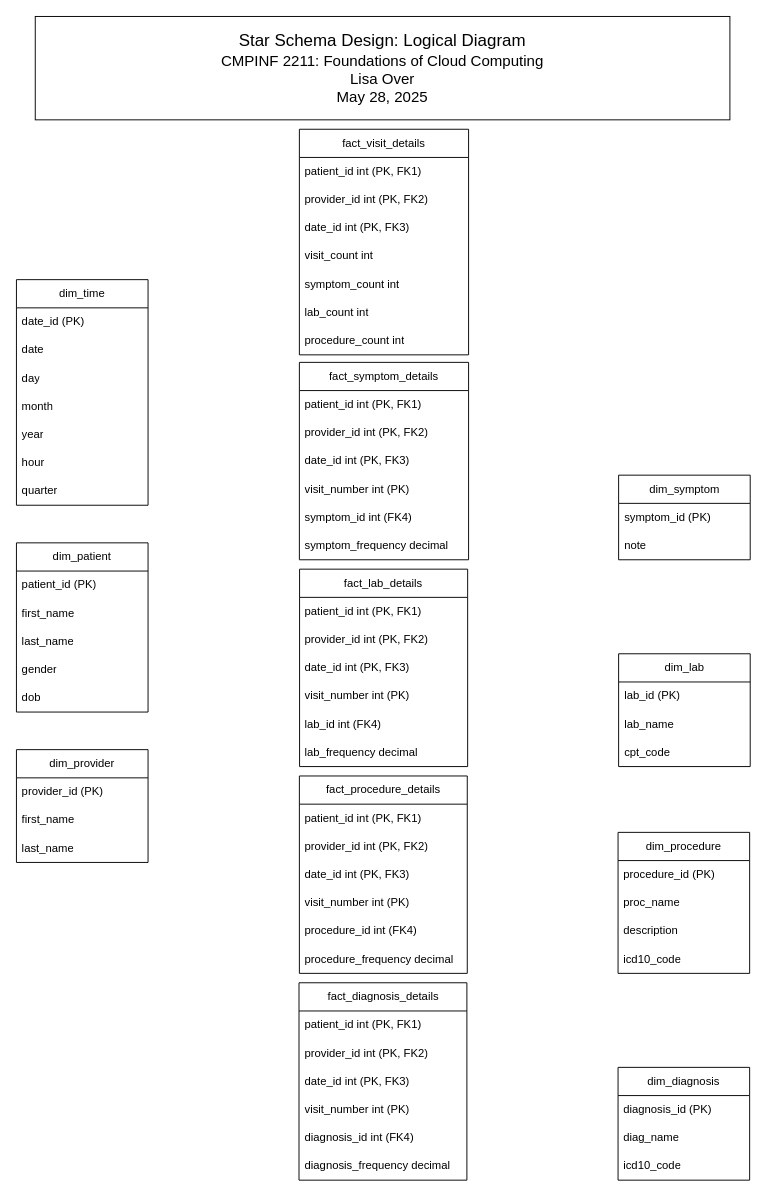
Before: EMR_Star_Schema/emr_star_schema_logic_diagram.drawio in sandbox-lisa/drawio, a draw.io diagram. Source tidied: cells renumbered, new cells numbered last; positions are measured from the earlier drawing's top-left corner, leaving out a move shared by most shapes. Both pictures are drawn from the tidied source at 94%, with x=0, y=0 at pixel (16, 16).
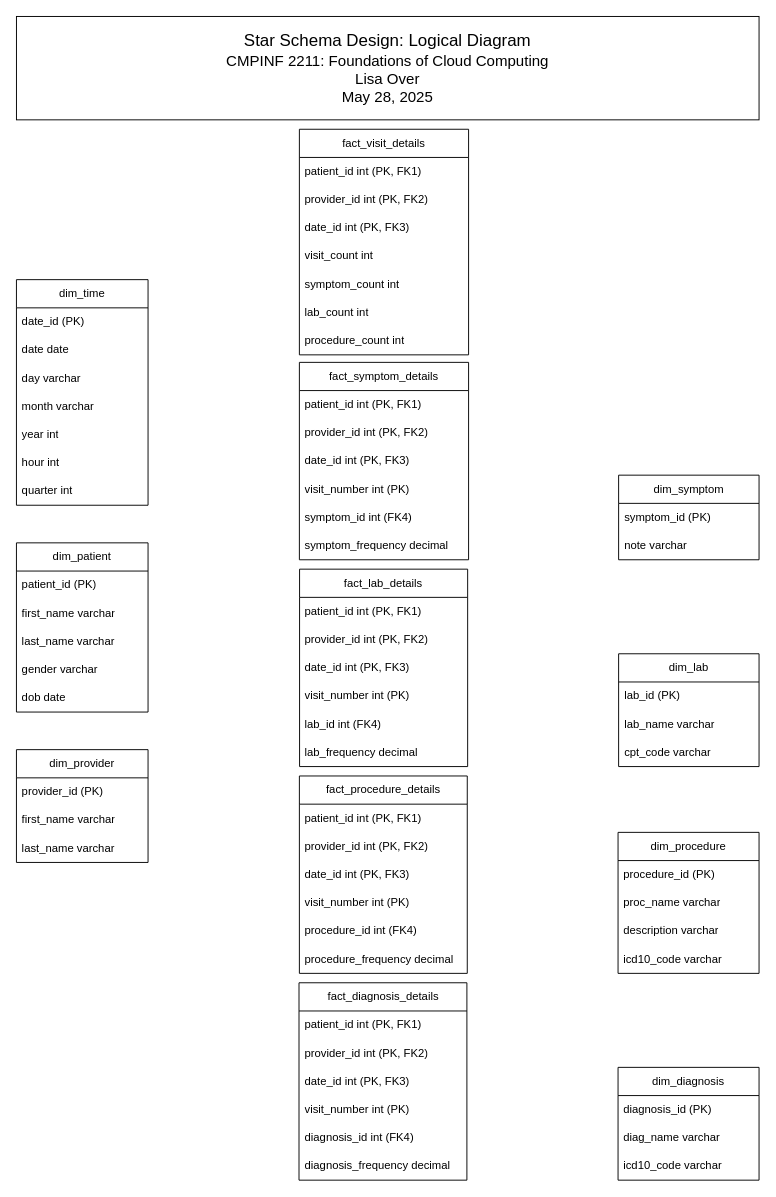
Above is the later version.

Unchanged cells that the change refers to:
```xml
<mxCell id="10" value="dim_time" style="swimlane;fontStyle=0;horizontal=1;startSize=30;whiteSpace=wrap;html=1;" parent="1" vertex="1">
  <mxGeometry y="280" width="140" height="240" as="geometry" />
</mxCell>
<mxCell id="18" value="dim_patient" style="swimlane;fontStyle=0;horizontal=1;startSize=30;whiteSpace=wrap;html=1;" parent="1" vertex="1">
  <mxGeometry y="560" width="140" height="180" as="geometry" />
</mxCell>
<mxCell id="24" value="dim_provider" style="swimlane;fontStyle=0;horizontal=1;startSize=30;whiteSpace=wrap;html=1;" parent="1" vertex="1">
  <mxGeometry y="780" width="140" height="120" as="geometry" />
</mxCell>
```

Diff of the diagram source:
```diff
@@
-    <mxCell id="12" value="date" style="text;strokeColor=none;fillColor=none;align=left;verticalAlign=middle;spacingLeft=4;spacingRight=4;overflow=hidden;whiteSpace=wrap;html=1;" parent="10" vertex="1">
+    <mxCell id="12" value="date date" style="text;strokeColor=none;fillColor=none;align=left;verticalAlign=middle;spacingLeft=4;spacingRight=4;overflow=hidden;whiteSpace=wrap;html=1;" parent="10" vertex="1">
       <mxGeometry y="60" width="140" height="30" as="geometry" />
     </mxCell>
-    <mxCell id="13" value="day" style="text;strokeColor=none;fillColor=none;align=left;verticalAlign=middle;spacingLeft=4;spacingRight=4;overflow=hidden;whiteSpace=wrap;html=1;" parent="10" vertex="1">
+    <mxCell id="13" value="day varchar" style="text;strokeColor=none;fillColor=none;align=left;verticalAlign=middle;spacingLeft=4;spacingRight=4;overflow=hidden;whiteSpace=wrap;html=1;" parent="10" vertex="1">
       <mxGeometry y="90" width="140" height="30" as="geometry" />
     </mxCell>
-    <mxCell id="14" value="month" style="text;strokeColor=none;fillColor=none;align=left;verticalAlign=middle;spacingLeft=4;spacingRight=4;overflow=hidden;whiteSpace=wrap;html=1;" parent="10" vertex="1">
+    <mxCell id="14" value="month varchar" style="text;strokeColor=none;fillColor=none;align=left;verticalAlign=middle;spacingLeft=4;spacingRight=4;overflow=hidden;whiteSpace=wrap;html=1;" parent="10" vertex="1">
       <mxGeometry y="120" width="140" height="30" as="geometry" />
     </mxCell>
-    <mxCell id="15" value="year" style="text;strokeColor=none;fillColor=none;align=left;verticalAlign=middle;spacingLeft=4;spacingRight=4;overflow=hidden;whiteSpace=wrap;html=1;" parent="10" vertex="1">
+    <mxCell id="15" value="year int" style="text;strokeColor=none;fillColor=none;align=left;verticalAlign=middle;spacingLeft=4;spacingRight=4;overflow=hidden;whiteSpace=wrap;html=1;" parent="10" vertex="1">
       <mxGeometry y="150" width="140" height="30" as="geometry" />
     </mxCell>
-    <mxCell id="16" value="hour" style="text;strokeColor=none;fillColor=none;align=left;verticalAlign=middle;spacingLeft=4;spacingRight=4;overflow=hidden;whiteSpace=wrap;html=1;" parent="10" vertex="1">
+    <mxCell id="16" value="hour int" style="text;strokeColor=none;fillColor=none;align=left;verticalAlign=middle;spacingLeft=4;spacingRight=4;overflow=hidden;whiteSpace=wrap;html=1;" parent="10" vertex="1">
       <mxGeometry y="180" width="140" height="30" as="geometry" />
     </mxCell>
-    <mxCell id="17" value="quarter" style="text;strokeColor=none;fillColor=none;align=left;verticalAlign=middle;spacingLeft=4;spacingRight=4;overflow=hidden;whiteSpace=wrap;html=1;" parent="10" vertex="1">
+    <mxCell id="17" value="quarter int" style="text;strokeColor=none;fillColor=none;align=left;verticalAlign=middle;spacingLeft=4;spacingRight=4;overflow=hidden;whiteSpace=wrap;html=1;" parent="10" vertex="1">
       <mxGeometry y="210" width="140" height="30" as="geometry" />
     </mxCell>
@@
-    <mxCell id="20" value="first_name" style="text;strokeColor=none;fillColor=none;align=left;verticalAlign=middle;spacingLeft=4;spacingRight=4;overflow=hidden;whiteSpace=wrap;html=1;" parent="18" vertex="1">
+    <mxCell id="20" value="first_name varchar" style="text;strokeColor=none;fillColor=none;align=left;verticalAlign=middle;spacingLeft=4;spacingRight=4;overflow=hidden;whiteSpace=wrap;html=1;" parent="18" vertex="1">
       <mxGeometry y="60" width="140" height="30" as="geometry" />
     </mxCell>
-    <mxCell id="21" value="last_name" style="text;strokeColor=none;fillColor=none;align=left;verticalAlign=middle;spacingLeft=4;spacingRight=4;overflow=hidden;whiteSpace=wrap;html=1;" parent="18" vertex="1">
+    <mxCell id="21" value="last_name&amp;nbsp;varchar" style="text;strokeColor=none;fillColor=none;align=left;verticalAlign=middle;spacingLeft=4;spacingRight=4;overflow=hidden;whiteSpace=wrap;html=1;" parent="18" vertex="1">
       <mxGeometry y="90" width="140" height="30" as="geometry" />
     </mxCell>
-    <mxCell id="22" value="gender" style="text;strokeColor=none;fillColor=none;align=left;verticalAlign=middle;spacingLeft=4;spacingRight=4;overflow=hidden;whiteSpace=wrap;html=1;" parent="18" vertex="1">
+    <mxCell id="22" value="gender&amp;nbsp;varchar" style="text;strokeColor=none;fillColor=none;align=left;verticalAlign=middle;spacingLeft=4;spacingRight=4;overflow=hidden;whiteSpace=wrap;html=1;" parent="18" vertex="1">
       <mxGeometry y="120" width="140" height="30" as="geometry" />
     </mxCell>
-    <mxCell id="23" value="dob" style="text;strokeColor=none;fillColor=none;align=left;verticalAlign=middle;spacingLeft=4;spacingRight=4;overflow=hidden;whiteSpace=wrap;html=1;" parent="18" vertex="1">
+    <mxCell id="23" value="dob date" style="text;strokeColor=none;fillColor=none;align=left;verticalAlign=middle;spacingLeft=4;spacingRight=4;overflow=hidden;whiteSpace=wrap;html=1;" parent="18" vertex="1">
       <mxGeometry y="150" width="140" height="30" as="geometry" />
     </mxCell>
@@
-    <mxCell id="26" value="first_name" style="text;strokeColor=none;fillColor=none;align=left;verticalAlign=middle;spacingLeft=4;spacingRight=4;overflow=hidden;whiteSpace=wrap;html=1;" parent="24" vertex="1">
+    <mxCell id="26" value="first_name&amp;nbsp;varchar" style="text;strokeColor=none;fillColor=none;align=left;verticalAlign=middle;spacingLeft=4;spacingRight=4;overflow=hidden;whiteSpace=wrap;html=1;" parent="24" vertex="1">
       <mxGeometry y="60" width="140" height="30" as="geometry" />
     </mxCell>
-    <mxCell id="27" value="last_name" style="text;strokeColor=none;fillColor=none;align=left;verticalAlign=middle;spacingLeft=4;spacingRight=4;overflow=hidden;whiteSpace=wrap;html=1;" parent="24" vertex="1">
+    <mxCell id="27" value="last_name&amp;nbsp;varchar" style="text;strokeColor=none;fillColor=none;align=left;verticalAlign=middle;spacingLeft=4;spacingRight=4;overflow=hidden;whiteSpace=wrap;html=1;" parent="24" vertex="1">
       <mxGeometry y="90" width="140" height="30" as="geometry" />
     </mxCell>
     <mxCell id="28" value="dim_diagnosis" style="swimlane;fontStyle=0;horizontal=1;startSize=30;whiteSpace=wrap;html=1;" parent="1" vertex="1">
-      <mxGeometry x="640" y="1118" width="140" height="120" as="geometry" />
+      <mxGeometry x="640" y="1118" width="150" height="120" as="geometry" />
     </mxCell>
     <mxCell id="29" value="diagnosis_id (PK)" style="text;strokeColor=none;fillColor=none;align=left;verticalAlign=middle;spacingLeft=4;spacingRight=4;overflow=hidden;whiteSpace=wrap;html=1;" parent="28" vertex="1">
-      <mxGeometry y="30" width="140" height="30" as="geometry" />
+      <mxGeometry y="30" width="150" height="30" as="geometry" />
     </mxCell>
-    <mxCell id="30" value="diag_name" style="text;strokeColor=none;fillColor=none;align=left;verticalAlign=middle;spacingLeft=4;spacingRight=4;overflow=hidden;whiteSpace=wrap;html=1;" parent="28" vertex="1">
-      <mxGeometry y="60" width="140" height="30" as="geometry" />
+    <mxCell id="30" value="diag_name&amp;nbsp;varchar" style="text;strokeColor=none;fillColor=none;align=left;verticalAlign=middle;spacingLeft=4;spacingRight=4;overflow=hidden;whiteSpace=wrap;html=1;" parent="28" vertex="1">
+      <mxGeometry y="60" width="150" height="30" as="geometry" />
     </mxCell>
-    <mxCell id="31" value="icd10_code" style="text;strokeColor=none;fillColor=none;align=left;verticalAlign=middle;spacingLeft=4;spacingRight=4;overflow=hidden;whiteSpace=wrap;html=1;" parent="28" vertex="1">
-      <mxGeometry y="90" width="140" height="30" as="geometry" />
+    <mxCell id="31" value="icd10_code&amp;nbsp;varchar" style="text;strokeColor=none;fillColor=none;align=left;verticalAlign=middle;spacingLeft=4;spacingRight=4;overflow=hidden;whiteSpace=wrap;html=1;" parent="28" vertex="1">
+      <mxGeometry y="90" width="150" height="30" as="geometry" />
     </mxCell>
     <mxCell id="32" value="dim_symptom" style="swimlane;fontStyle=0;horizontal=1;startSize=30;whiteSpace=wrap;html=1;" parent="1" vertex="1">
-      <mxGeometry x="640.6" y="488" width="140" height="90" as="geometry" />
+      <mxGeometry x="640.6" y="488" width="149.4" height="90" as="geometry" />
     </mxCell>
     <mxCell id="33" value="symptom_id (PK)" style="text;strokeColor=none;fillColor=none;align=left;verticalAlign=middle;spacingLeft=4;spacingRight=4;overflow=hidden;whiteSpace=wrap;html=1;" parent="32" vertex="1">
-      <mxGeometry y="30" width="140" height="30" as="geometry" />
+      <mxGeometry y="30" width="149.4" height="30" as="geometry" />
     </mxCell>
-    <mxCell id="34" value="note" style="text;strokeColor=none;fillColor=none;align=left;verticalAlign=middle;spacingLeft=4;spacingRight=4;overflow=hidden;whiteSpace=wrap;html=1;" parent="32" vertex="1">
-      <mxGeometry y="60" width="140" height="30" as="geometry" />
+    <mxCell id="34" value="note&amp;nbsp;varchar" style="text;strokeColor=none;fillColor=none;align=left;verticalAlign=middle;spacingLeft=4;spacingRight=4;overflow=hidden;whiteSpace=wrap;html=1;" parent="32" vertex="1">
+      <mxGeometry y="60" width="149.4" height="30" as="geometry" />
     </mxCell>
     <mxCell id="35" value="&lt;font style=&quot;font-size: 18px;&quot;&gt;Star Schema Design: Logical Diagram&lt;/font&gt;&lt;div&gt;&lt;font size=&quot;3&quot;&gt;CMPINF 2211: Foundations of Cloud Computing&lt;br&gt;&lt;/font&gt;&lt;div&gt;&lt;font size=&quot;3&quot;&gt;Lisa Over&lt;/font&gt;&lt;/div&gt;&lt;div&gt;&lt;font size=&quot;3&quot;&gt;May 28, 2025&lt;/font&gt;&lt;/div&gt;&lt;/div&gt;" style="rounded=0;whiteSpace=wrap;html=1;" parent="1" vertex="1">
-      <mxGeometry x="20" width="739" height="110" as="geometry" />
+      <mxGeometry width="790" height="110" as="geometry" />
     </mxCell>
@@
     <mxCell id="64" value="dim_lab" style="swimlane;fontStyle=0;horizontal=1;startSize=30;whiteSpace=wrap;html=1;" parent="1" vertex="1">
-      <mxGeometry x="640.6" y="678" width="140" height="120" as="geometry" />
+      <mxGeometry x="640.6" y="678" width="149.4" height="120" as="geometry" />
     </mxCell>
     <mxCell id="65" value="lab_id (PK)" style="text;strokeColor=none;fillColor=none;align=left;verticalAlign=middle;spacingLeft=4;spacingRight=4;overflow=hidden;whiteSpace=wrap;html=1;" parent="64" vertex="1">
-      <mxGeometry y="30" width="140" height="30" as="geometry" />
+      <mxGeometry y="30" width="149.4" height="30" as="geometry" />
     </mxCell>
-    <mxCell id="66" value="lab_name" style="text;strokeColor=none;fillColor=none;align=left;verticalAlign=middle;spacingLeft=4;spacingRight=4;overflow=hidden;whiteSpace=wrap;html=1;" parent="64" vertex="1">
-      <mxGeometry y="60" width="140" height="30" as="geometry" />
+    <mxCell id="66" value="lab_name&amp;nbsp;varchar" style="text;strokeColor=none;fillColor=none;align=left;verticalAlign=middle;spacingLeft=4;spacingRight=4;overflow=hidden;whiteSpace=wrap;html=1;" parent="64" vertex="1">
+      <mxGeometry y="60" width="149.4" height="30" as="geometry" />
     </mxCell>
-    <mxCell id="67" value="cpt_code" style="text;strokeColor=none;fillColor=none;align=left;verticalAlign=middle;spacingLeft=4;spacingRight=4;overflow=hidden;whiteSpace=wrap;html=1;" parent="64" vertex="1">
-      <mxGeometry y="90" width="140" height="30" as="geometry" />
+    <mxCell id="67" value="cpt_code&amp;nbsp;varchar" style="text;strokeColor=none;fillColor=none;align=left;verticalAlign=middle;spacingLeft=4;spacingRight=4;overflow=hidden;whiteSpace=wrap;html=1;" parent="64" vertex="1">
+      <mxGeometry y="90" width="149.4" height="30" as="geometry" />
     </mxCell>
     <mxCell id="68" value="dim_procedure" style="swimlane;fontStyle=0;horizontal=1;startSize=30;whiteSpace=wrap;html=1;" parent="1" vertex="1">
-      <mxGeometry x="640" y="868" width="140" height="150" as="geometry" />
+      <mxGeometry x="640" y="868" width="150" height="150" as="geometry" />
     </mxCell>
     <mxCell id="69" value="procedure_id (PK)" style="text;strokeColor=none;fillColor=none;align=left;verticalAlign=middle;spacingLeft=4;spacingRight=4;overflow=hidden;whiteSpace=wrap;html=1;" parent="68" vertex="1">
-      <mxGeometry y="30" width="140" height="30" as="geometry" />
+      <mxGeometry y="30" width="150" height="30" as="geometry" />
     </mxCell>
-    <mxCell id="70" value="proc_name" style="text;strokeColor=none;fillColor=none;align=left;verticalAlign=middle;spacingLeft=4;spacingRight=4;overflow=hidden;whiteSpace=wrap;html=1;" parent="68" vertex="1">
-      <mxGeometry y="60" width="140" height="30" as="geometry" />
+    <mxCell id="70" value="proc_name&amp;nbsp;varchar" style="text;strokeColor=none;fillColor=none;align=left;verticalAlign=middle;spacingLeft=4;spacingRight=4;overflow=hidden;whiteSpace=wrap;html=1;" parent="68" vertex="1">
+      <mxGeometry y="60" width="150" height="30" as="geometry" />
     </mxCell>
-    <mxCell id="71" value="description" style="text;strokeColor=none;fillColor=none;align=left;verticalAlign=middle;spacingLeft=4;spacingRight=4;overflow=hidden;whiteSpace=wrap;html=1;" parent="68" vertex="1">
-      <mxGeometry y="90" width="140" height="30" as="geometry" />
+    <mxCell id="71" value="description&amp;nbsp;varchar" style="text;strokeColor=none;fillColor=none;align=left;verticalAlign=middle;spacingLeft=4;spacingRight=4;overflow=hidden;whiteSpace=wrap;html=1;" parent="68" vertex="1">
+      <mxGeometry y="90" width="150" height="30" as="geometry" />
     </mxCell>
-    <mxCell id="72" value="icd10_code" style="text;strokeColor=none;fillColor=none;align=left;verticalAlign=middle;spacingLeft=4;spacingRight=4;overflow=hidden;whiteSpace=wrap;html=1;" parent="68" vertex="1">
-      <mxGeometry y="120" width="140" height="30" as="geometry" />
+    <mxCell id="72" value="icd10_code&amp;nbsp;varchar" style="text;strokeColor=none;fillColor=none;align=left;verticalAlign=middle;spacingLeft=4;spacingRight=4;overflow=hidden;whiteSpace=wrap;html=1;" parent="68" vertex="1">
+      <mxGeometry y="120" width="150" height="30" as="geometry" />
     </mxCell>
```
